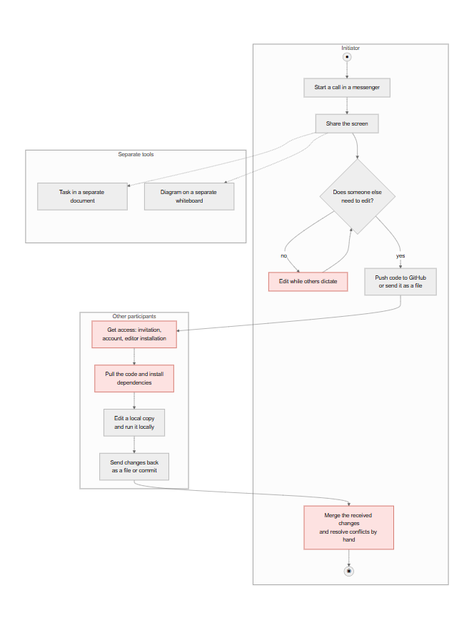
oCMEXo/my-Diplom keeps this Mermaid diagram as docs/ba/img/asis.png. Above is the earlier version. Its source is kept beside it as docs/ba/diagrams/asis.mmd. The source it was exported from:
```mermaid
flowchart TB
  subgraph I["Initiator"]
    direction TB
    s((●)) --> a1[Start a call in a messenger]
    a1 --> a2[Share the screen]
    a2 --> d1{Does someone else<br>need to edit?}
    d1 -- no --> a3[Edit while others dictate]
    a3 --> d1
    d1 -- yes --> a4[Push code to GitHub<br>or send it as a file]
    a9[Merge the received changes<br>and resolve conflicts by hand] --> e((◉))
  end
  subgraph P["Other participants"]
    direction TB
    b1[Get access: invitation,<br>account, editor installation] --> b2[Pull the code and install<br>dependencies]
    b2 --> b3[Edit a local copy<br>and run it locally]
    b3 --> b4[Send changes back<br>as a file or commit]
  end
  subgraph T["Separate tools"]
    direction TB
    c1[Task in a separate document]
    c2[Diagram on a separate whiteboard]
  end
  a4 --> b1
  b4 --> a9
  a2 -.-> c1
  a2 -.-> c2
  classDef loss fill:#fde2e1,stroke:#c0392b,color:#000
  class b1,b2,a9,a3 loss
```
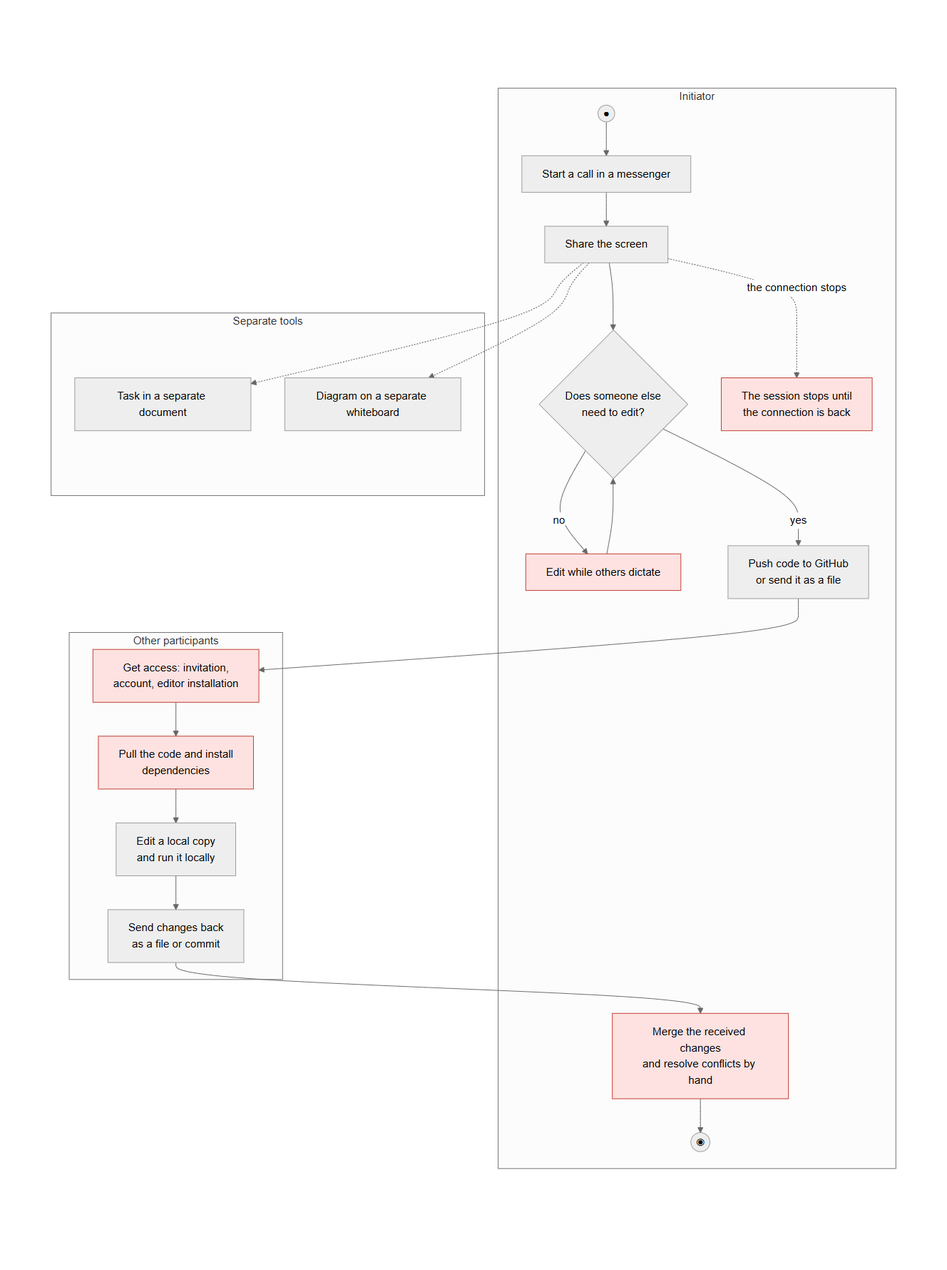
Above is the later version.

The edit, as a diff of the source:
```diff
@@ -8,6 +8,7 @@
     a3 --> d1
     d1 -- yes --> a4[Push code to GitHub<br>or send it as a file]
     a9[Merge the received changes<br>and resolve conflicts by hand] --> e((◉))
+    a2 -. the connection stops .-> a10[The session stops until<br>the connection is back]
   end
   subgraph P["Other participants"]
     direction TB
@@ -25,4 +26,4 @@
   a2 -.-> c1
   a2 -.-> c2
   classDef loss fill:#fde2e1,stroke:#c0392b,color:#000
-  class b1,b2,a9,a3 loss
+  class b1,b2,a9,a3,a10 loss
```
